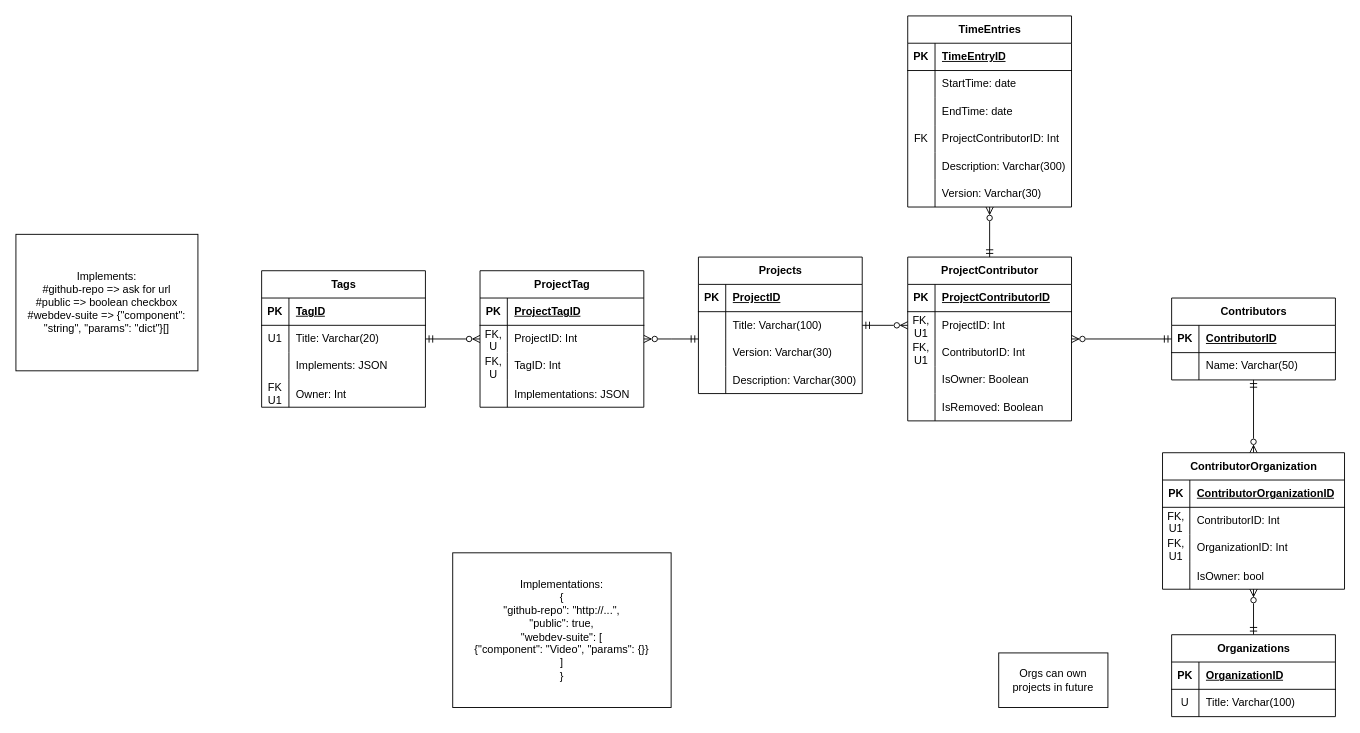
Earlier version of the draw.io diagram Documentation/projectmanager.drawio (TheChar/SphereAPI). Source tidied: cells renumbered, new cells numbered last; positions are measured from the earlier drawing's top-left corner, leaving out a move shared by most shapes. Both pictures are drawn from the tidied source at 91%, with x=0, y=0 at pixel (15, 15).
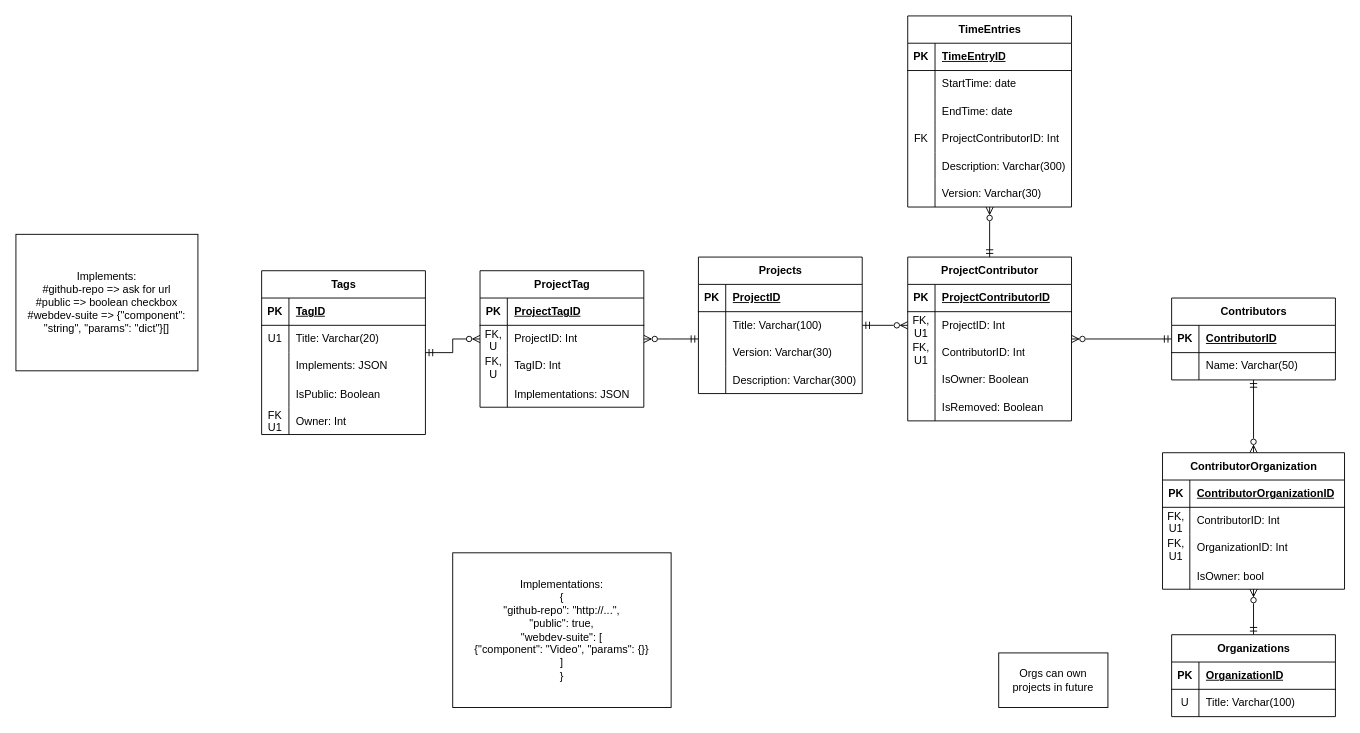
Above is the later version.

The edit, as a diff of the source:
```diff
@@
     <mxCell id="26" value="Tags" style="shape=table;startSize=30;childLayout=tableLayout;rowLines=0;fontStyle=1;align=center;html=1;" parent="1" vertex="1">
-      <mxGeometry x="270" y="280" width="180" height="150" as="geometry" />
+      <mxGeometry x="270" y="280" width="180" height="180" as="geometry" />
     </mxCell>
@@
+    <mxCell id="113" style="shape=tableRow;horizontal=0;startSize=0;swimlaneHead=0;swimlaneBody=0;fillColor=none;top=0;left=0;right=0;bottom=0;" parent="26" vertex="1">
+      <mxGeometry y="120" width="180" height="30" as="geometry" />
+    </mxCell>
+    <mxCell id="114" style="shape=partialRectangle;fillColor=none;top=0;left=0;bottom=0;right=0;overflow=hidden;" parent="113" vertex="1">
+      <mxGeometry width="30" height="30" as="geometry" />
+    </mxCell>
+    <mxCell id="115" value="IsPublic: Boolean" style="shape=partialRectangle;fillColor=none;top=0;left=0;bottom=0;right=0;align=left;spacingLeft=6;overflow=hidden;" parent="113" vertex="1">
+      <mxGeometry x="30" width="150" height="30" as="geometry" />
+    </mxCell>
     <mxCell id="36" style="shape=tableRow;horizontal=0;startSize=0;swimlaneHead=0;swimlaneBody=0;fillColor=none;top=0;left=0;right=0;bottom=0;" parent="26" vertex="1">
-      <mxGeometry y="120" width="180" height="30" as="geometry" />
+      <mxGeometry y="150" width="180" height="30" as="geometry" />
     </mxCell>
```
